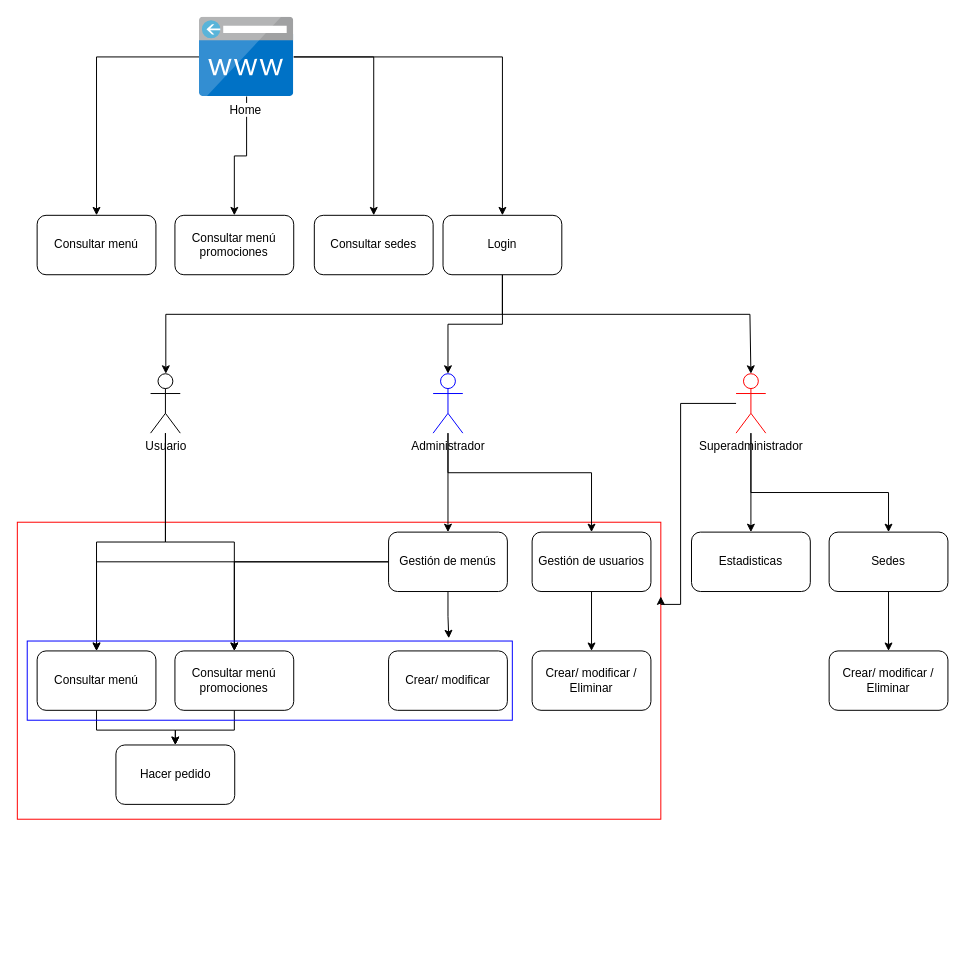
Earlier version of the draw.io diagram Mapa de navegabilidad.drawio (JESP93/Ciclo3). Source tidied: cells renumbered, new cells numbered last; positions are measured from the earlier drawing's top-left corner, leaving out a move shared by most shapes. Both pictures are drawn from the tidied source at 99%, with x=0, y=0 at pixel (17, 17).
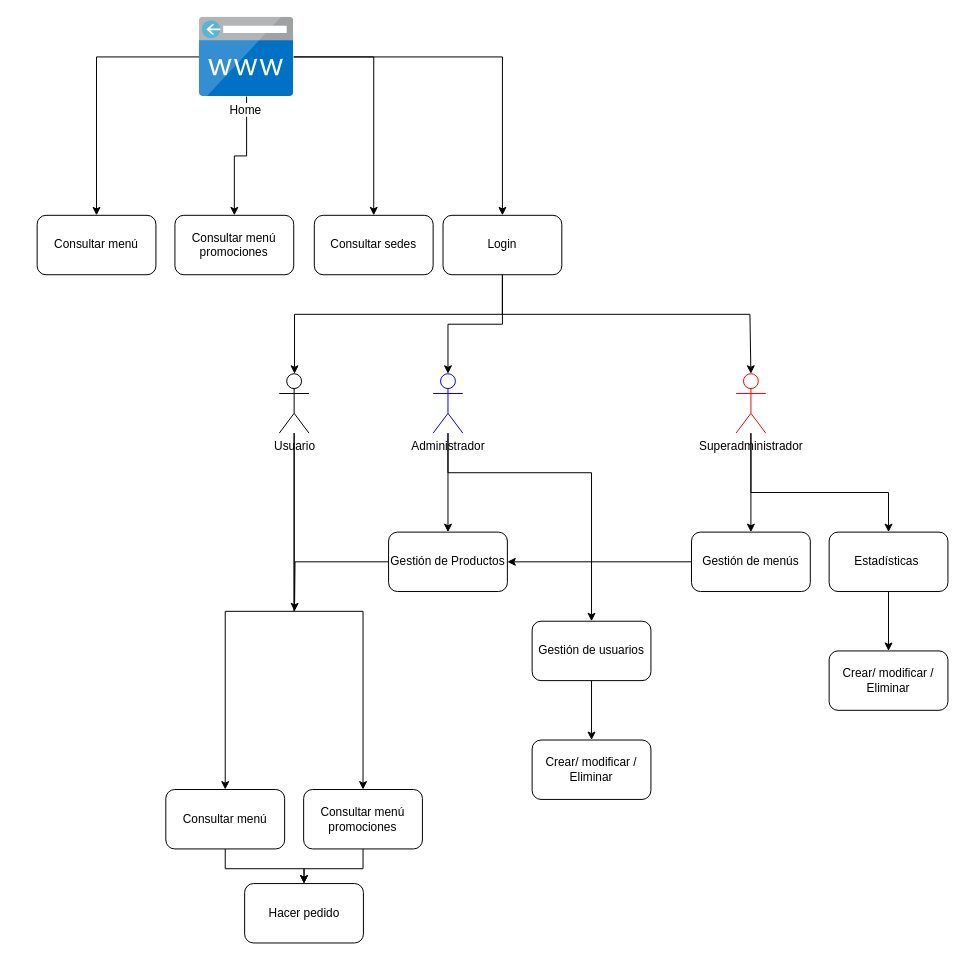
The same page after the edit.

Unchanged cells that the change refers to:
```xml
<mxCell id="14" value="Login" style="rounded=1;whiteSpace=wrap;html=1;" parent="1" vertex="1">
  <mxGeometry x="430" y="200" width="120" height="60" as="geometry" />
</mxCell>
<mxCell id="24" value="Superadministrador" style="shape=umlActor;verticalLabelPosition=bottom;verticalAlign=top;html=1;outlineConnect=0;strokeColor=#FF0000;" parent="1" vertex="1">
  <mxGeometry x="726" y="360" width="30" height="60" as="geometry" />
</mxCell>
```

Diff of the diagram source:
```diff
@@
-    <mxCell id="2" style="rounded=0;whiteSpace=wrap;html=1;fillColor=none;strokeColor=#FF0000;" parent="1" vertex="1">
-      <mxGeometry y="510" width="650" height="300" as="geometry" />
-    </mxCell>
@@
     <mxCell id="11" style="edgeStyle=orthogonalEdgeStyle;rounded=0;jettySize=auto;html=1;" parent="1" edge="1" source="14" target="17">
       <mxGeometry relative="1" as="geometry">
         <Array as="points">
           <mxPoint x="490" y="300" />
-          <mxPoint x="150" y="300" />
+          <mxPoint x="280" y="300" />
         </Array>
       </mxGeometry>
     </mxCell>
@@
     <mxCell id="17" value="Usuario" style="shape=umlActor;verticalLabelPosition=bottom;verticalAlign=top;html=1;outlineConnect=0;" parent="1" vertex="1">
-      <mxGeometry x="134.6" y="360" width="30" height="60" as="geometry" />
+      <mxGeometry x="264.6" y="360" width="30" height="60" as="geometry" />
     </mxCell>
@@
-    <mxCell id="23" style="edgeStyle=orthogonalEdgeStyle;rounded=0;jettySize=auto;html=1;entryX=1;entryY=0.25;entryDx=0;entryDy=0;" parent="1" edge="1" source="24" target="2">
-      <mxGeometry relative="1" as="geometry">
-        <Array as="points">
-          <mxPoint x="670" y="390" />
-          <mxPoint x="670" y="593" />
-        </Array>
-      </mxGeometry>
-    </mxCell>
@@
     <mxCell id="26" value="Consultar menú" style="rounded=1;whiteSpace=wrap;html=1;" parent="1" vertex="1">
-      <mxGeometry x="20" y="640" width="120" height="60" as="geometry" />
+      <mxGeometry x="150" y="780" width="120" height="60" as="geometry" />
     </mxCell>
@@
     <mxCell id="28" value="Consultar menú promociones" style="rounded=1;whiteSpace=wrap;html=1;" parent="1" vertex="1">
-      <mxGeometry x="159.2" y="640" width="120" height="60" as="geometry" />
+      <mxGeometry x="289.2" y="780" width="120" height="60" as="geometry" />
     </mxCell>
     <mxCell id="29" value="Hacer pedido" style="rounded=1;whiteSpace=wrap;html=1;" parent="1" vertex="1">
-      <mxGeometry x="99.6" y="735" width="120" height="60" as="geometry" />
+      <mxGeometry x="229.6" y="875" width="120" height="60" as="geometry" />
     </mxCell>
-    <mxCell id="30" style="edgeStyle=orthogonalEdgeStyle;rounded=0;jettySize=auto;html=1;entryX=0.5;entryY=0;entryDx=0;entryDy=0;" parent="1" edge="1" source="33" target="26">
-      <mxGeometry relative="1" as="geometry" />
-    </mxCell>
-    <mxCell id="31" style="edgeStyle=orthogonalEdgeStyle;rounded=0;jettySize=auto;html=1;" parent="1" edge="1" source="33" target="28">
-      <mxGeometry relative="1" as="geometry" />
-    </mxCell>
-    <mxCell id="32" style="edgeStyle=orthogonalEdgeStyle;rounded=0;jettySize=auto;html=1;entryX=0.869;entryY=-0.035;entryDx=0;entryDy=0;entryPerimeter=0;" parent="1" edge="1" source="33" target="36">
-      <mxGeometry relative="1" as="geometry" />
-    </mxCell>
+    <mxCell id="43" style="edgeStyle=orthogonalEdgeStyle;rounded=0;jettySize=auto;html=1;" parent="1" edge="1" source="33">
+      <mxGeometry relative="1" as="geometry">
+        <mxPoint x="280" y="600" as="targetPoint" />
+      </mxGeometry>
+    </mxCell>
-    <mxCell id="33" value="Gestión de menús" style="rounded=1;whiteSpace=wrap;html=1;" parent="1" vertex="1">
+    <mxCell id="33" value="Gestión de Productos" style="rounded=1;whiteSpace=wrap;html=1;" parent="1" vertex="1">
       <mxGeometry x="375" y="520" width="120" height="60" as="geometry" />
     </mxCell>
@@
     <mxCell id="35" value="Gestión de usuarios" style="rounded=1;whiteSpace=wrap;html=1;" parent="1" vertex="1">
-      <mxGeometry x="520" y="520" width="120" height="60" as="geometry" />
+      <mxGeometry x="520" y="610" width="120" height="60" as="geometry" />
     </mxCell>
-    <mxCell id="36" style="rounded=0;whiteSpace=wrap;html=1;fillColor=none;strokeColor=#0000FF;" parent="1" vertex="1">
-      <mxGeometry x="10" y="630" width="490" height="80" as="geometry" />
-    </mxCell>
-    <mxCell id="37" value="Crear/ modificar" style="rounded=1;whiteSpace=wrap;html=1;" parent="1" vertex="1">
-      <mxGeometry x="375" y="640" width="120" height="60" as="geometry" />
-    </mxCell>
     <mxCell id="38" value="Crear/ modificar / Eliminar" style="rounded=1;whiteSpace=wrap;html=1;" parent="1" vertex="1">
-      <mxGeometry x="520" y="640" width="120" height="60" as="geometry" />
+      <mxGeometry x="520" y="730" width="120" height="60" as="geometry" />
     </mxCell>
+    <mxCell id="44" style="edgeStyle=orthogonalEdgeStyle;rounded=0;jettySize=auto;html=1;exitX=0;exitY=0.5;exitDx=0;exitDy=0;entryX=1;entryY=0.5;entryDx=0;entryDy=0;" parent="1" edge="1" source="39" target="33">
+      <mxGeometry relative="1" as="geometry" />
+    </mxCell>
-    <mxCell id="39" value="Estadisticas" style="rounded=1;whiteSpace=wrap;html=1;fillColor=default;" parent="1" vertex="1">
+    <mxCell id="39" value="Gestión de menús" style="rounded=1;whiteSpace=wrap;html=1;fillColor=default;" parent="1" vertex="1">
       <mxGeometry x="681" y="520" width="120" height="60" as="geometry" />
     </mxCell>
@@
-    <mxCell id="41" value="Sedes" style="rounded=1;whiteSpace=wrap;html=1;fillColor=default;" parent="1" vertex="1">
+    <mxCell id="41" value="Estadísticas&amp;nbsp;" style="rounded=1;whiteSpace=wrap;html=1;fillColor=default;" parent="1" vertex="1">
       <mxGeometry x="820" y="520" width="120" height="60" as="geometry" />
     </mxCell>
```
